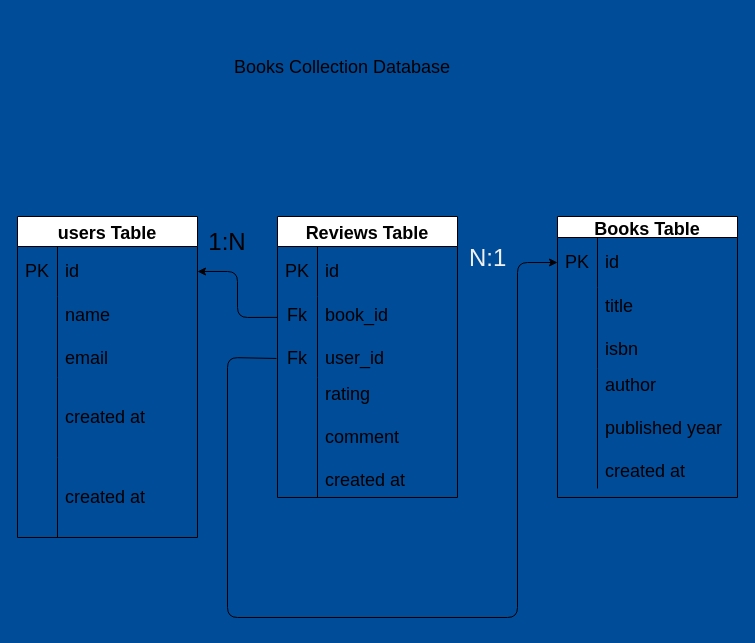
Before: InterTecHub_Internship/building-a-restful-api-with-database-integration-and-data-validation/DatabaseDesign.drawio in abdullah75f/InterTecHub-Internship, a draw.io diagram. Source tidied: cells renumbered, new cells numbered last; positions are measured from the earlier drawing's top-left corner, leaving out a move shared by most shapes. Both pictures are drawn from the tidied source at 100%, with x=0, y=0 at pixel (17, 17).
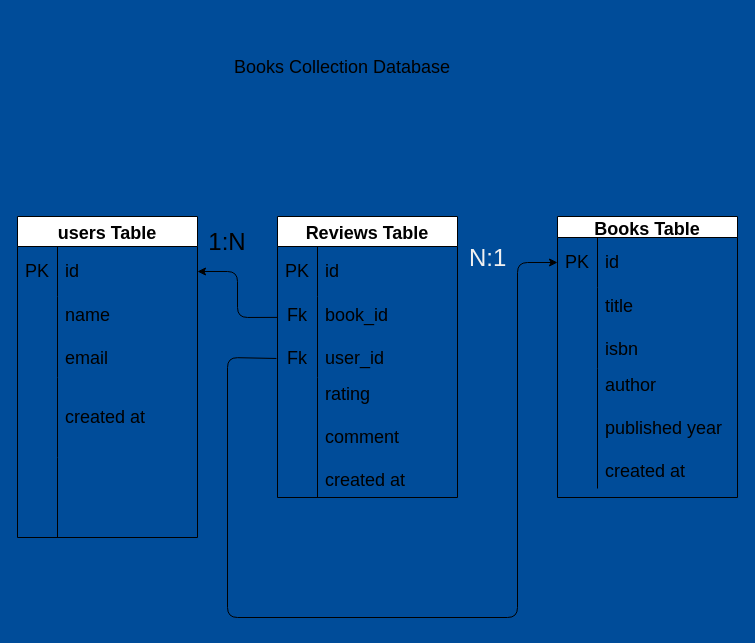
After the change.

Unchanged cells that the change refers to:
```xml
<mxCell id="33" style="shape=tableRow;horizontal=0;startSize=0;swimlaneHead=0;swimlaneBody=0;top=0;left=0;bottom=0;right=0;fillColor=none;fontSize=18;" parent="23" vertex="1">
  <mxGeometry y="241" width="180" height="80" as="geometry" />
</mxCell>
```

Diff of the diagram source:
```diff
@@
-    <mxCell id="35" value="created at" style="shape=partialRectangle;html=1;whiteSpace=wrap;fillColor=none;top=0;left=0;bottom=0;right=0;align=left;spacingLeft=6;overflow=hidden;fontSize=18;" parent="33" vertex="1">
+    <mxCell id="35" style="shape=partialRectangle;html=1;whiteSpace=wrap;fillColor=none;top=0;left=0;bottom=0;right=0;align=left;spacingLeft=6;overflow=hidden;fontSize=18;" parent="33" vertex="1">
       <mxGeometry x="40" width="140" height="80" as="geometry" />
     </mxCell>
```
